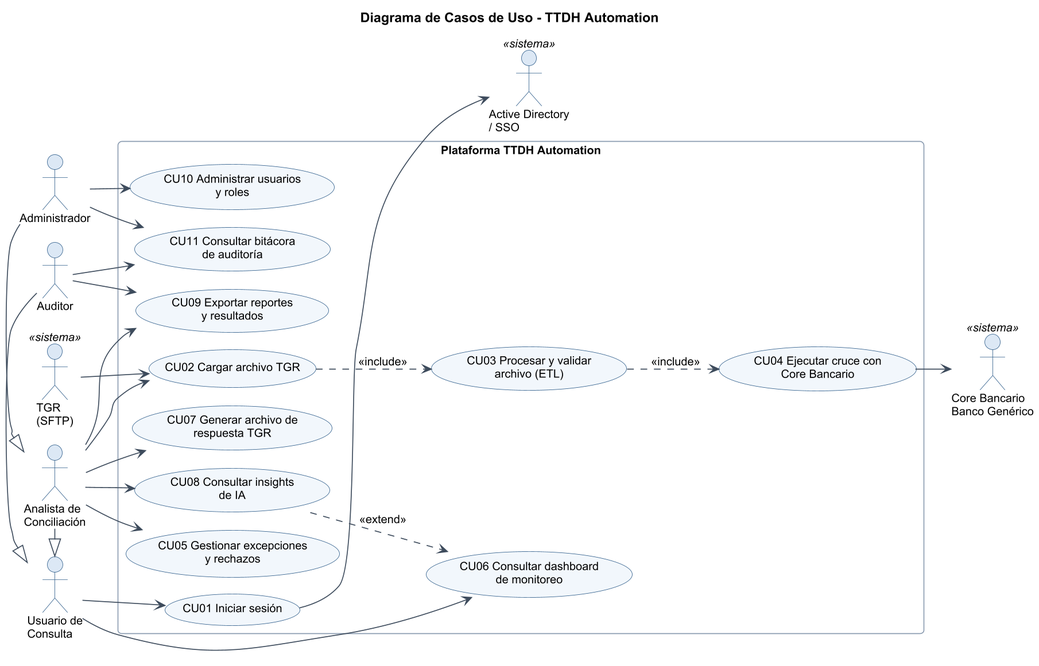
The PlantUML diagram Fase 2/Evidencias Proyecto/Evidencias de Documentación/Análisis y Diseño/Diagramas/01_casos_de_uso.png in JS-Ranker/CAPSTONE, before a commit.
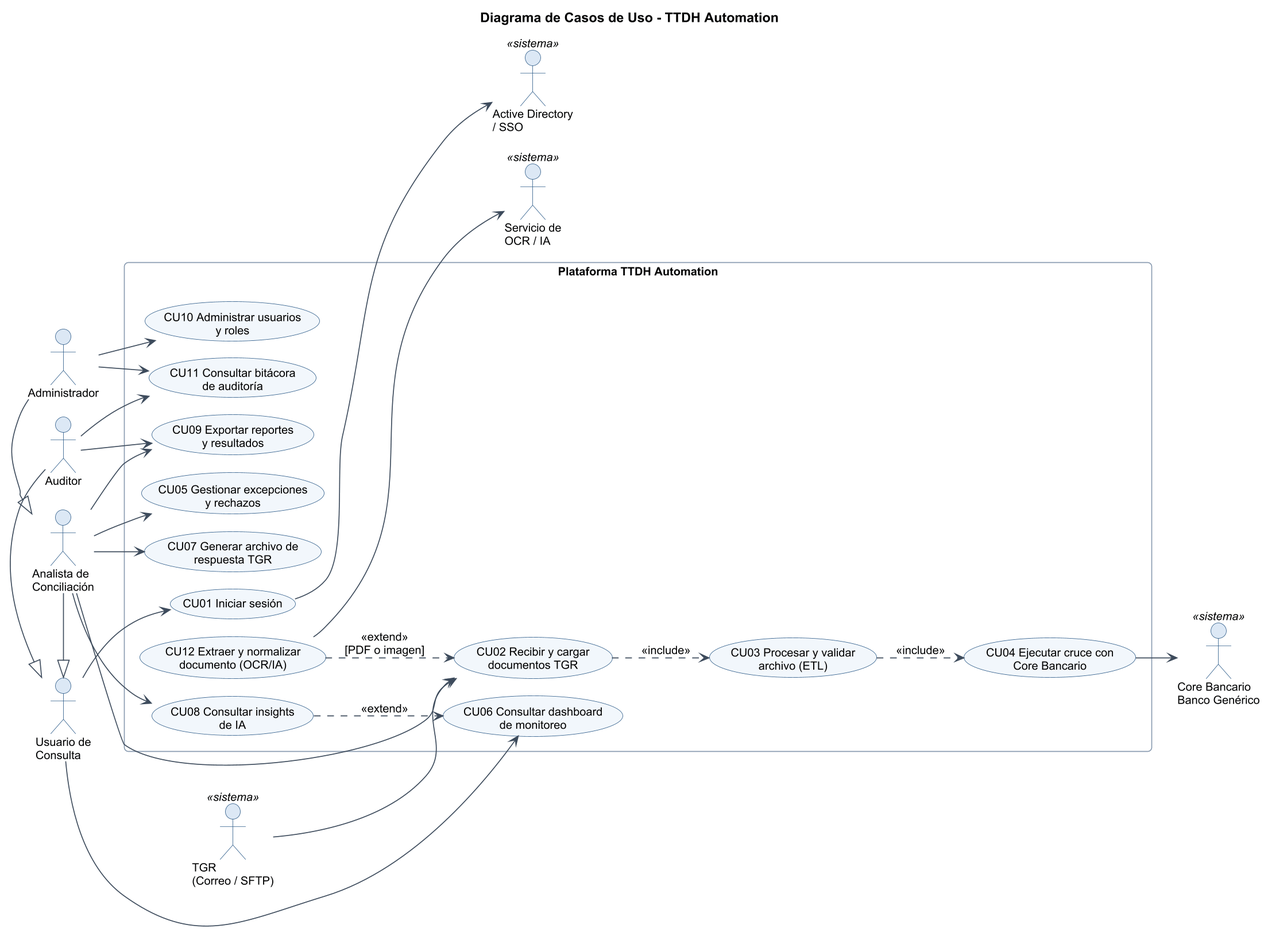
After the change.

The edit, as a diff of the source:
```diff
@@ -11,13 +11,14 @@
 AU -|> UC
 AD -|> AN
 
-actor "TGR\n(SFTP)" as TGR <<sistema>>
+actor "TGR\n(Correo / SFTP)" as TGR <<sistema>>
 actor "Core Bancario\nBanco Genérico" as CORE <<sistema>>
 actor "Active Directory\n/ SSO" as SSO <<sistema>>
+actor "Servicio de\nOCR / IA" as OCR <<sistema>>
 
 rectangle "Plataforma TTDH Automation" {
   usecase "CU01 Iniciar sesión" as CU01
-  usecase "CU02 Cargar archivo TGR" as CU02
+  usecase "CU02 Recibir y cargar\ndocumentos TGR" as CU02
   usecase "CU03 Procesar y validar\narchivo (ETL)" as CU03
   usecase "CU04 Ejecutar cruce con\nCore Bancario" as CU04
   usecase "CU05 Gestionar excepciones\ny rechazos" as CU05
@@ -27,6 +28,7 @@
   usecase "CU09 Exportar reportes\ny resultados" as CU09
   usecase "CU10 Administrar usuarios\ny roles" as CU10
   usecase "CU11 Consultar bitácora\nde auditoría" as CU11
+  usecase "CU12 Extraer y normalizar\ndocumento (OCR/IA)" as CU12
 }
 
 UC --> CU01
@@ -44,8 +46,10 @@
 CU02 ..> CU03 : <<include>>
 CU03 ..> CU04 : <<include>>
 CU08 ..> CU06 : <<extend>>
+CU12 ..> CU02 : <<extend>>\n[PDF o imagen]
 
 CU01 --> SSO
 TGR --> CU02
 CU04 --> CORE
+CU12 --> OCR
 @enduml
```
